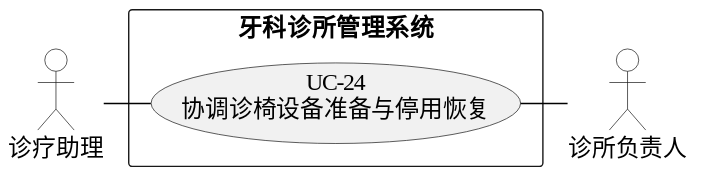
Above: 01-需求文档/diagrams/integrated-20261019/uc-24.svg in Shawmc-creator/systemAnalyseAndDesign (PlantUML), before the change. Its source is kept beside it as 01-需求文档/diagrams/integrated-20261019/uc-24.puml.
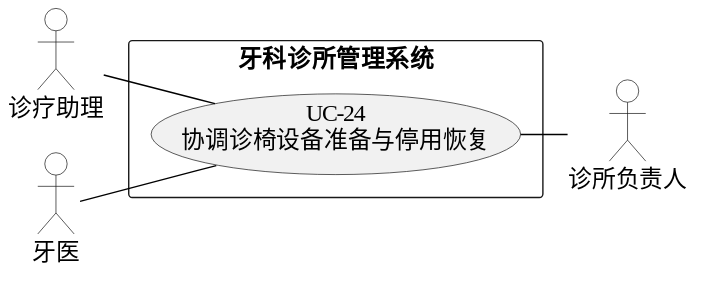
The same file after the commit.

Change to the diagram source:
```diff
@@ -17,10 +17,12 @@
 left to right direction
 actor "诊疗助理" as A0
 actor "诊所负责人" as A1
+actor "牙医" as A2
 rectangle "牙科诊所管理系统" {
 usecase "UC-24\n协调诊椅设备准备与停用恢复" as U
 }
 A0 -- U
+A2 -- U
 U -- A1
 
 @enduml
```
